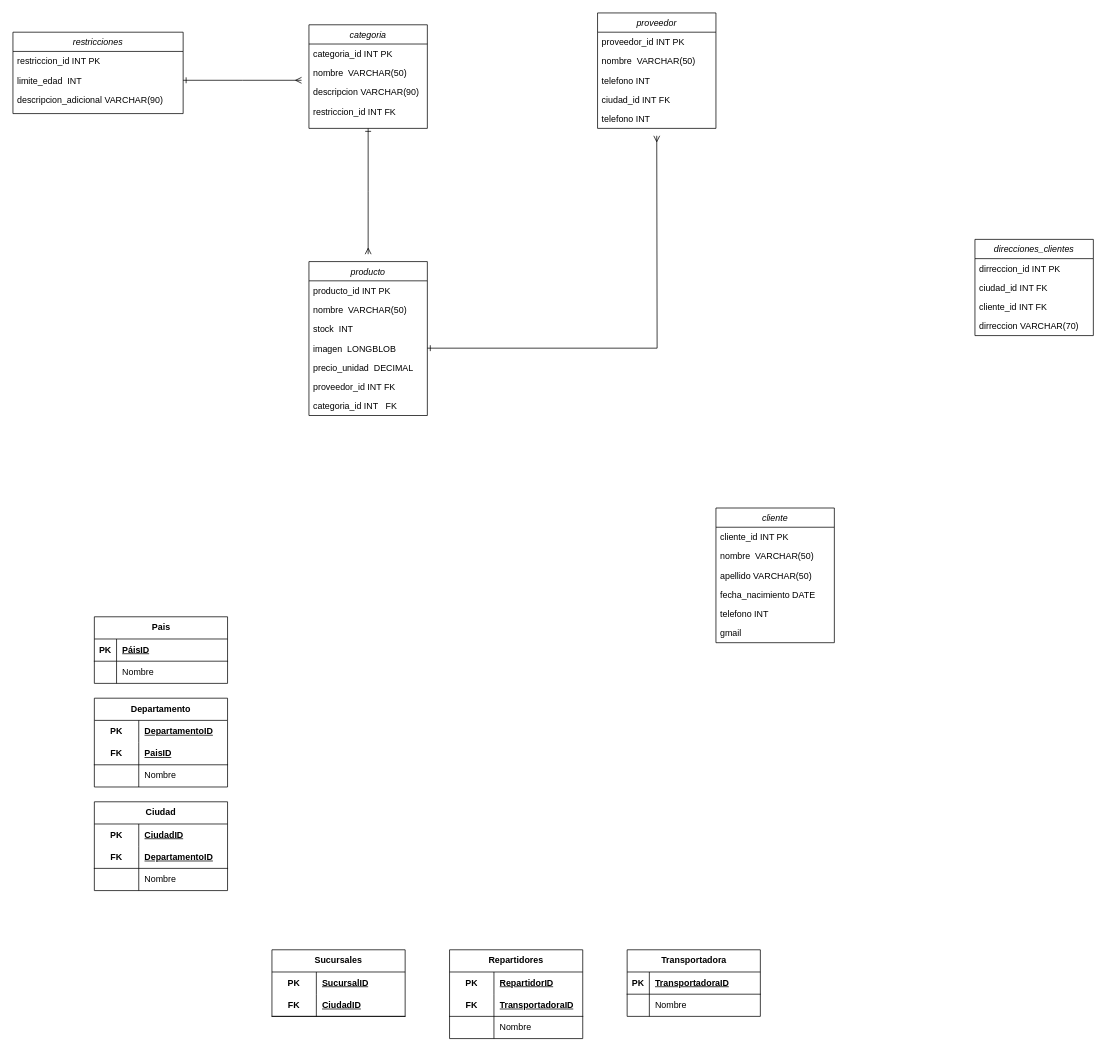
The draw.io diagram DiagramaRelacional(proyecto final).drawio in Angel-ISO/Diagramas, before the edit. Source tidied: cells renumbered, new cells numbered last; positions are measured from the earlier drawing's top-left corner, leaving out a move shared by most shapes. Both pictures are drawn from the tidied source at 74%, with x=0, y=0 at pixel (13, 13).
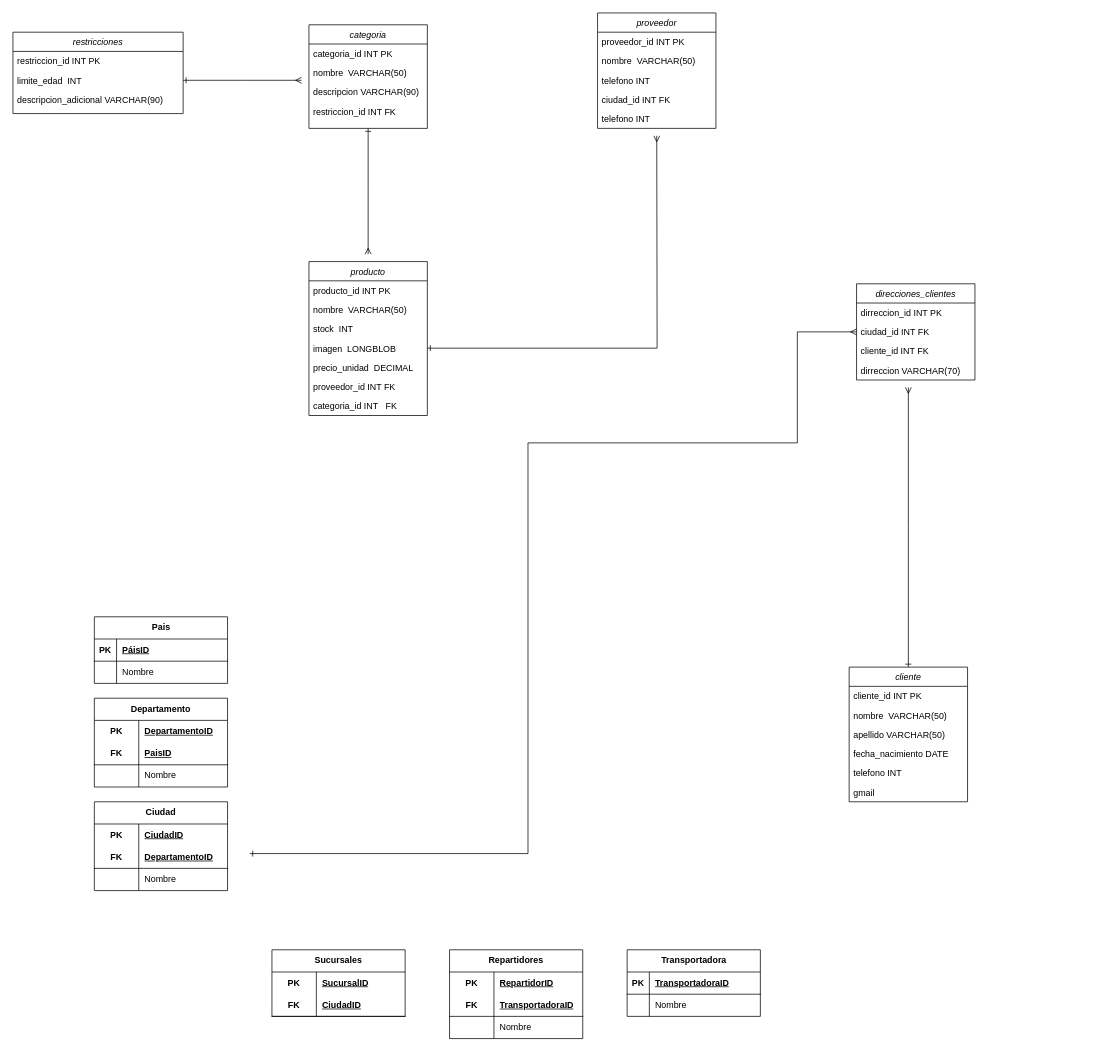
After the change.

The change refers to these unchanged cells:
```xml
<mxCell id="47" value="ciudad_id INT FK" style="text;align=left;verticalAlign=top;spacingLeft=4;spacingRight=4;overflow=hidden;points=[[0,0.5],[1,0.5]];portConstraint=eastwest;" parent="45" vertex="1">
  <mxGeometry y="52" width="160" height="26" as="geometry" />
</mxCell>
```

Change to the diagram source:
```diff
@@
+    <mxCell id="91" style="edgeStyle=orthogonalEdgeStyle;rounded=0;jettySize=auto;html=1;exitX=0.5;exitY=0;exitDx=0;exitDy=0;endArrow=ERmany;endFill=0;startArrow=ERone;startFill=0;" parent="1" edge="1" source="28">
+      <mxGeometry relative="1" as="geometry">
+        <mxPoint x="1210" y="506" as="targetPoint" />
+      </mxGeometry>
+    </mxCell>
     <mxCell id="28" value="cliente" style="swimlane;fontStyle=2;align=center;verticalAlign=top;horizontal=1;startSize=26;rounded=0;shadow=0;strokeWidth=1;" parent="1" vertex="1">
-      <mxGeometry x="950" y="669" width="160" height="182" as="geometry" />
+      <mxGeometry x="1130" y="884" width="160" height="182" as="geometry" />
     </mxCell>
@@
     <mxCell id="45" value="direcciones_clientes" style="swimlane;fontStyle=2;align=center;verticalAlign=top;horizontal=1;startSize=26;rounded=0;shadow=0;strokeWidth=1;" parent="1" vertex="1">
-      <mxGeometry x="1300" y="306" width="160" height="130" as="geometry" />
+      <mxGeometry x="1140" y="366" width="160" height="130" as="geometry" />
     </mxCell>
@@
+    <mxCell id="92" style="edgeStyle=orthogonalEdgeStyle;rounded=0;jettySize=auto;html=1;exitX=0;exitY=0.5;exitDx=0;exitDy=0;startArrow=ERmany;startFill=0;endArrow=ERone;endFill=0;" parent="1" edge="1" source="47">
+      <mxGeometry relative="1" as="geometry">
+        <mxPoint x="320" y="1136" as="targetPoint" />
+        <Array as="points">
+          <mxPoint x="1060" y="431" />
+          <mxPoint x="1060" y="581" />
+          <mxPoint x="696" y="581" />
+          <mxPoint x="696" y="1136" />
+        </Array>
+      </mxGeometry>
+    </mxCell>
```
